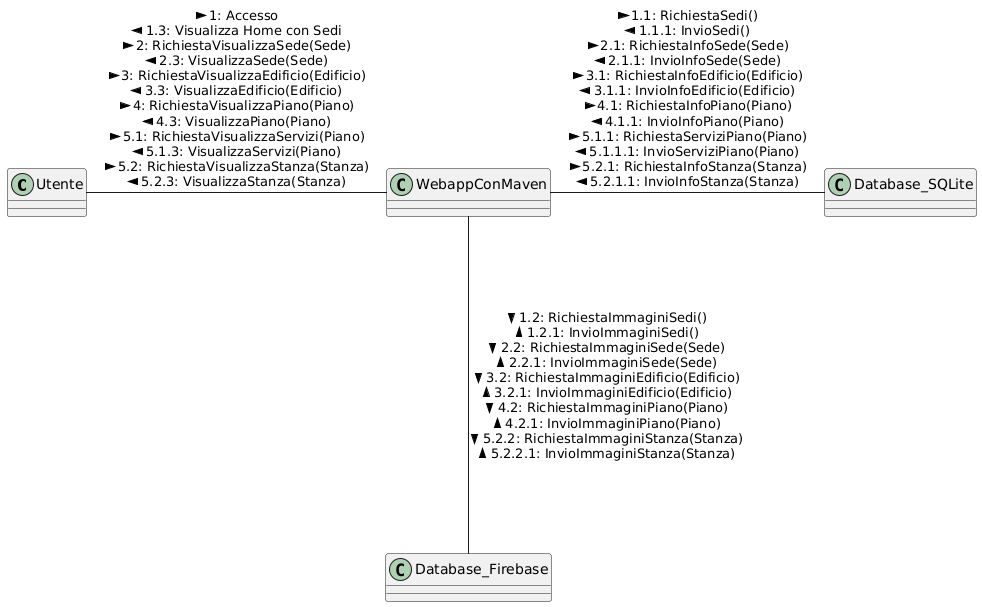
Above: Diagrammi UML/Communication Diagram/Communication Diagram.png in F-Bucci/AccessiBG (PlantUML), before the change. The source it was exported from:
```plantuml
@startuml
class Utente
class WebappConMaven
class Database_SQLite
class Database_Firebase


Utente - WebappConMaven : > 1: Accesso \n< 1.3: Visualizza Home con Sedi \n> 2: RichiestaVisualizzaSede(Sede) \n< 2.3: VisualizzaSede(Sede) \n> 3: RichiestaVisualizzaEdificio(Edificio) \n< 3.3: VisualizzaEdificio(Edificio) \n> 4: RichiestaVisualizzaPiano(Piano) \n< 4.3: VisualizzaPiano(Piano) \n> 5.1: RichiestaVisualizzaServizi(Piano) \n< 5.1.3: VisualizzaServizi(Piano) \n> 5.2: RichiestaVisualizzaStanza(Stanza) \n< 5.2.3: VisualizzaStanza(Stanza)

WebappConMaven - Database_SQLite : > 1.1: RichiestaSedi()\n< 1.1.1: InvioSedi() \n> 2.1: RichiestaInfoSede(Sede) \n< 2.1.1: InvioInfoSede(Sede) \n> 3.1: RichiestaInfoEdificio(Edificio) \n< 3.1.1: InvioInfoEdificio(Edificio) \n> 4.1: RichiestaInfoPiano(Piano) \n< 4.1.1: InvioInfoPiano(Piano) \n> 5.1.1: RichiestaServiziPiano(Piano) \n< 5.1.1.1: InvioServiziPiano(Piano) \n> 5.2.1: RichiestaInfoStanza(Stanza) \n< 5.2.1.1: InvioInfoStanza(Stanza)

WebappConMaven ---- Database_Firebase : > 1.2: RichiestaImmaginiSedi() \n< 1.2.1: InvioImmaginiSedi() \n> 2.2: RichiestaImmaginiSede(Sede) \n< 2.2.1: InvioImmaginiSede(Sede) \n> 3.2: RichiestaImmaginiEdificio(Edificio) \n< 3.2.1: InvioImmaginiEdificio(Edificio) \n> 4.2: RichiestaImmaginiPiano(Piano) \n< 4.2.1: InvioImmaginiPiano(Piano) \n> 5.2.2: RichiestaImmaginiStanza(Stanza) \n< 5.2.2.1: InvioImmaginiStanza(Stanza)
@enduml
```
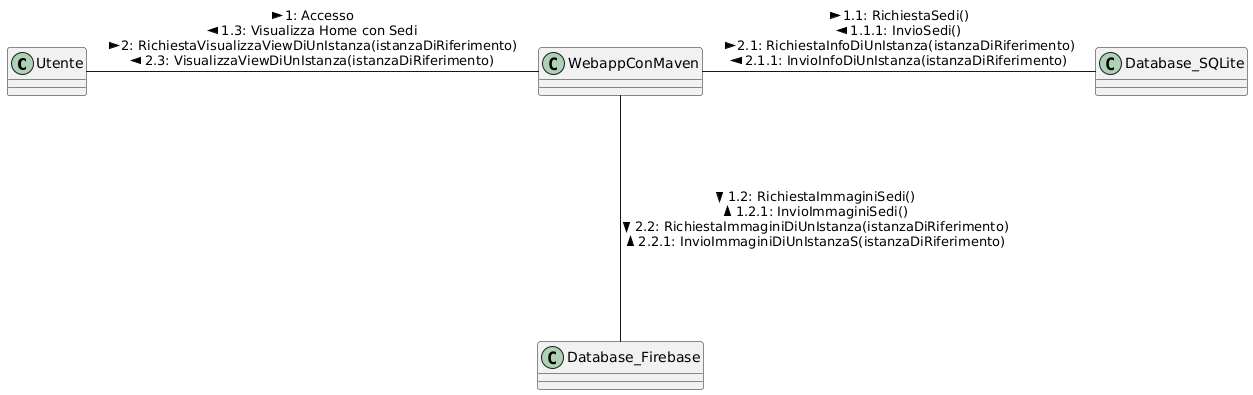
After the change.

Commit message:
Update communication diagram for unified instance handling

Revised the communication diagram to generalize operations for handling instances, replacing specific entity references (Sede, Edificio, Piano, Stanza) with a generic 'istanzaDiRiferimento'. Updated both the textual and graphical representations to reflect this abstraction.

Diff of the diagram source:
```diff
@@ -5,9 +5,9 @@
 class Database_Firebase
 
 
-Utente - WebappConMaven : > 1: Accesso \n< 1.3: Visualizza Home con Sedi \n> 2: RichiestaVisualizzaSede(Sede) \n< 2.3: VisualizzaSede(Sede) \n> 3: RichiestaVisualizzaEdificio(Edificio) \n< 3.3: VisualizzaEdificio(Edificio) \n> 4: RichiestaVisualizzaPiano(Piano) \n< 4.3: VisualizzaPiano(Piano) \n> 5.1: RichiestaVisualizzaServizi(Piano) \n< 5.1.3: VisualizzaServizi(Piano) \n> 5.2: RichiestaVisualizzaStanza(Stanza) \n< 5.2.3: VisualizzaStanza(Stanza)
+Utente - WebappConMaven : > 1: Accesso \n< 1.3: Visualizza Home con Sedi \n> 2: RichiestaVisualizzaViewDiUnIstanza(istanzaDiRiferimento) \n< 2.3: VisualizzaViewDiUnIstanza(istanzaDiRiferimento)
 
-WebappConMaven - Database_SQLite : > 1.1: RichiestaSedi()\n< 1.1.1: InvioSedi() \n> 2.1: RichiestaInfoSede(Sede) \n< 2.1.1: InvioInfoSede(Sede) \n> 3.1: RichiestaInfoEdificio(Edificio) \n< 3.1.1: InvioInfoEdificio(Edificio) \n> 4.1: RichiestaInfoPiano(Piano) \n< 4.1.1: InvioInfoPiano(Piano) \n> 5.1.1: RichiestaServiziPiano(Piano) \n< 5.1.1.1: InvioServiziPiano(Piano) \n> 5.2.1: RichiestaInfoStanza(Stanza) \n< 5.2.1.1: InvioInfoStanza(Stanza)
+WebappConMaven - Database_SQLite : > 1.1: RichiestaSedi()\n< 1.1.1: InvioSedi() \n> 2.1: RichiestaInfoDiUnIstanza(istanzaDiRiferimento) \n< 2.1.1: InvioInfoDiUnIstanza(istanzaDiRiferimento)
 
-WebappConMaven ---- Database_Firebase : > 1.2: RichiestaImmaginiSedi() \n< 1.2.1: InvioImmaginiSedi() \n> 2.2: RichiestaImmaginiSede(Sede) \n< 2.2.1: InvioImmaginiSede(Sede) \n> 3.2: RichiestaImmaginiEdificio(Edificio) \n< 3.2.1: InvioImmaginiEdificio(Edificio) \n> 4.2: RichiestaImmaginiPiano(Piano) \n< 4.2.1: InvioImmaginiPiano(Piano) \n> 5.2.2: RichiestaImmaginiStanza(Stanza) \n< 5.2.2.1: InvioImmaginiStanza(Stanza)
+WebappConMaven ---- Database_Firebase : > 1.2: RichiestaImmaginiSedi() \n< 1.2.1: InvioImmaginiSedi() \n> 2.2: RichiestaImmaginiDiUnIstanza(istanzaDiRiferimento) \n< 2.2.1: InvioImmaginiDiUnIstanzaS(istanzaDiRiferimento)
 @enduml
```
